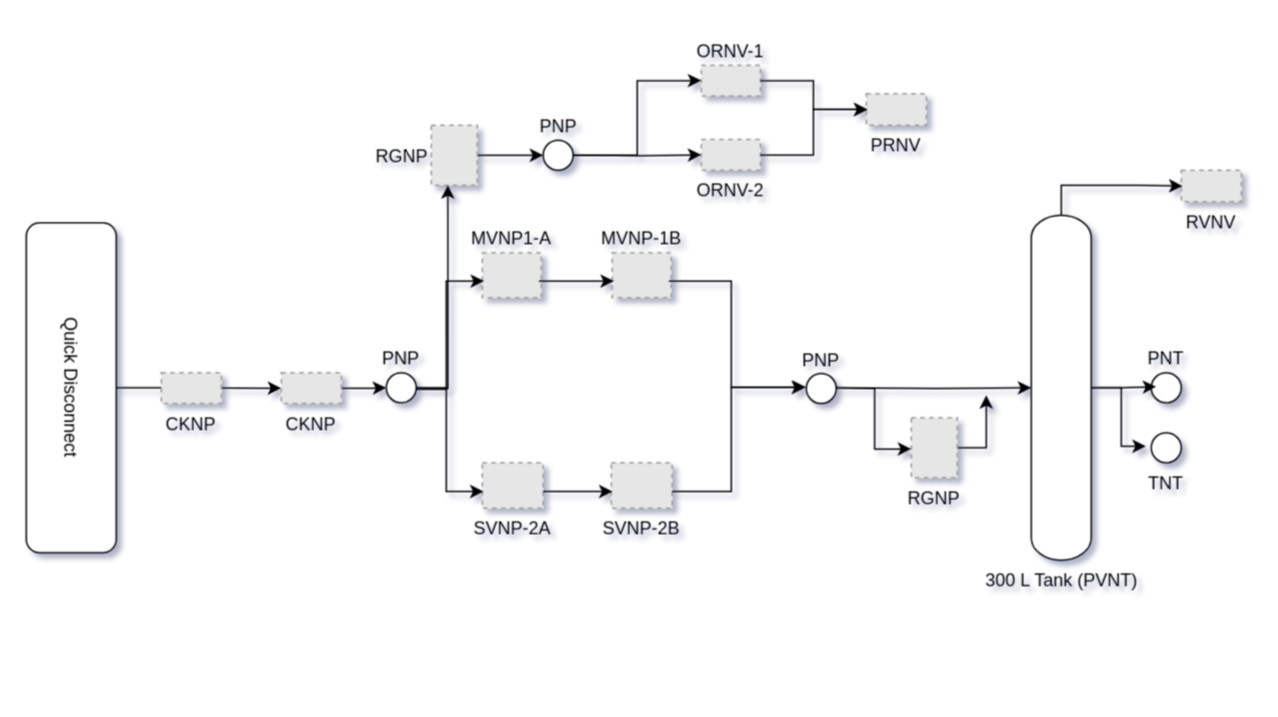
This is Untitled Diagram.drawio from AlexisGGracia/Project.m, a draw.io file, before an edit. Source tidied: cells renumbered, new cells numbered last; positions are measured from the earlier drawing's top-left corner, leaving out a move shared by most shapes. Both pictures are drawn from the tidied source at 150%, with x=0, y=0 at pixel (-94, 64). Pictures stored in the file or linked from it are replaced by grey dashed boxes.
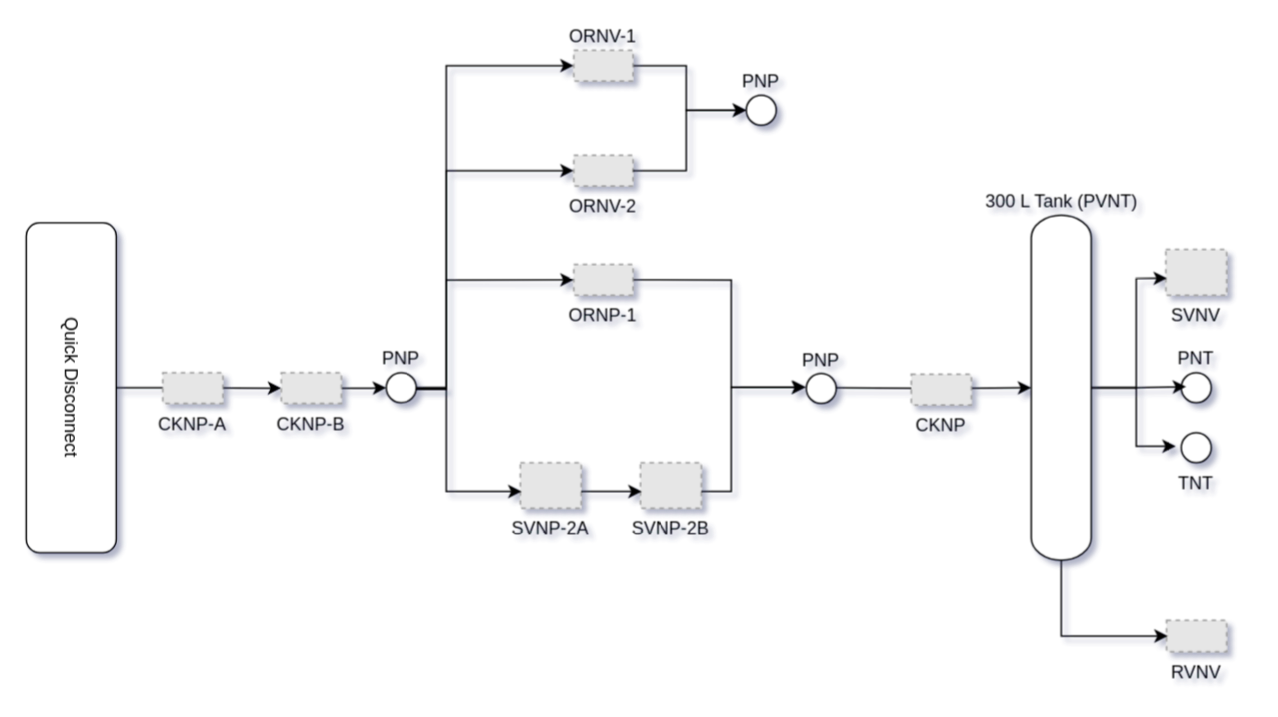
The same diagram, later.

Unchanged cells that the change refers to:
```xml
<mxCell id="26" value="PNP" style="ellipse;whiteSpace=wrap;html=1;points=[[0.5,1,0,0,0]];labelPosition=center;verticalLabelPosition=top;align=center;verticalAlign=bottom;" parent="1" vertex="1">
  <mxGeometry x="320" y="205" width="20" height="20" as="geometry" />
</mxCell>
```

Diff of the diagram source:
```diff
@@
-    <mxCell id="4" value="CKNP" style="fillColor=#E6E6E6;strokeColor=#999999;dashed=1;verticalLabelPosition=bottom;verticalAlign=top;" parent="1" vertex="1">
-      <mxGeometry x="170" y="205" width="40.1" height="20.5" as="geometry" />
+    <mxCell id="4" value="CKNP-A" style="fillColor=#E6E6E6;strokeColor=#999999;dashed=1;verticalLabelPosition=bottom;verticalAlign=top;" parent="1" vertex="1">
+      <mxGeometry x="171" y="205" width="40.1" height="20.5" as="geometry" />
     </mxCell>
@@
-    <mxCell id="6" value="CKNP&#10;" style="fillColor=#E6E6E6;strokeColor=#999999;dashed=1;verticalLabelPosition=bottom;verticalAlign=top;" parent="1" vertex="1">
+    <mxCell id="6" value="CKNP-B&#10;" style="fillColor=#E6E6E6;strokeColor=#999999;dashed=1;verticalLabelPosition=bottom;verticalAlign=top;" parent="1" vertex="1">
       <mxGeometry x="250" y="205" width="40.1" height="20.5" as="geometry" />
     </mxCell>
-    <mxCell id="7" value="MVNP1-A" style="fillColor=#E6E6E6;strokeColor=#999999;dashed=1;verticalLabelPosition=top;verticalAlign=bottom;labelPosition=center;align=center;" parent="1" vertex="1">
-      <mxGeometry x="384" y="125" width="39.4" height="30" as="geometry" />
-    </mxCell>
-    <mxCell id="8" value="MVNP-1B" style="fillColor=#E6E6E6;strokeColor=#999999;dashed=1;verticalLabelPosition=top;verticalAlign=bottom;labelPosition=center;align=center;" parent="1" vertex="1">
-      <mxGeometry x="470.6" y="125" width="39.4" height="30" as="geometry" />
-    </mxCell>
     <mxCell id="9" value="SVNP-2A" style="fillColor=#E6E6E6;strokeColor=#999999;dashed=1;verticalLabelPosition=bottom;verticalAlign=top;" parent="1" vertex="1">
-      <mxGeometry x="384" y="265" width="40.6" height="30.4" as="geometry" />
+      <mxGeometry x="409.4" y="265" width="40.6" height="30.4" as="geometry" />
     </mxCell>
     <mxCell id="10" value="SVNP-2B" style="fillColor=#E6E6E6;strokeColor=#999999;dashed=1;verticalLabelPosition=bottom;verticalAlign=top;" parent="1" vertex="1">
-      <mxGeometry x="470" y="265" width="40.6" height="30.4" as="geometry" />
+      <mxGeometry x="489.5" y="265" width="40.6" height="30.4" as="geometry" />
     </mxCell>
@@
-    <mxCell id="12" style="edgeStyle=orthogonalEdgeStyle;rounded=0;jettySize=auto;html=1;exitX=0.5;exitY=1;exitDx=0;exitDy=0;exitPerimeter=0;entryX=0.03;entryY=0.63;entryDx=0;entryDy=0;entryPerimeter=0;" parent="1" edge="1" target="7">
+    <mxCell id="12" style="edgeStyle=orthogonalEdgeStyle;rounded=0;jettySize=auto;html=1;exitX=0.5;exitY=1;exitDx=0;exitDy=0;exitPerimeter=0;entryX=0;entryY=0.5;entryDx=0;entryDy=0;entryPerimeter=0;" parent="1" edge="1" target="43">
       <mxGeometry relative="1" as="geometry">
         <mxPoint x="338.5" y="215" as="sourcePoint" />
         <Array as="points">
           <mxPoint x="339" y="216" />
           <mxPoint x="360" y="216" />
-          <mxPoint x="360" y="144" />
+          <mxPoint x="360" y="143" />
         </Array>
       </mxGeometry>
     </mxCell>
@@
-    <mxCell id="14" style="edgeStyle=orthogonalEdgeStyle;rounded=0;jettySize=auto;html=1;exitX=0.96;exitY=0.63;exitDx=0;exitDy=0;exitPerimeter=0;entryX=0.03;entryY=0.63;entryDx=0;entryDy=0;entryPerimeter=0;" parent="1" edge="1" source="7" target="8">
-      <mxGeometry relative="1" as="geometry">
-        <Array as="points">
-          <mxPoint x="460" y="144" />
-          <mxPoint x="460" y="144" />
-        </Array>
-      </mxGeometry>
-    </mxCell>
-    <mxCell id="15" value="300 L Tank (PVNT)" style="verticalLabelPosition=bottom;outlineConnect=0;align=center;dashed=0;html=1;verticalAlign=top;shape=mxgraph.pid2misc.column;columnType=common;points=[[0,0.5,0,0,0],[0.5,0,0,0,0],[0.5,1,0,0,0],[1,0.5,0,0,0]];" parent="1" vertex="1">
+    <mxCell id="15" value="300 L Tank (PVNT)" style="verticalLabelPosition=top;outlineConnect=0;align=center;dashed=0;html=1;verticalAlign=bottom;shape=mxgraph.pid2misc.column;columnType=common;points=[[0,0.5,0,0,0],[0.5,0,0,0,0],[0.5,1,0,0,0],[1,0.5,0,0,0]];labelPosition=center;" parent="1" vertex="1">
       <mxGeometry x="750" y="100" width="40" height="230" as="geometry" />
     </mxCell>
-    <mxCell id="16" style="edgeStyle=orthogonalEdgeStyle;rounded=0;jettySize=auto;html=1;exitX=0.96;exitY=0.63;exitDx=0;exitDy=0;exitPerimeter=0;entryX=0.522;entryY=-0.009;entryDx=0;entryDy=0;entryPerimeter=0;" parent="1" edge="1" source="8">
+    <mxCell id="16" style="edgeStyle=orthogonalEdgeStyle;rounded=0;jettySize=auto;html=1;exitX=1;exitY=0.5;exitDx=0;exitDy=0;exitPerimeter=0;entryX=0.522;entryY=-0.009;entryDx=0;entryDy=0;entryPerimeter=0;" parent="1" edge="1" source="43">
       <mxGeometry relative="1" as="geometry">
         <mxPoint x="599.9" y="214.6" as="targetPoint" />
         <Array as="points">
-          <mxPoint x="550" y="144" />
+          <mxPoint x="550" y="143" />
           <mxPoint x="550" y="215" />
         </Array>
       </mxGeometry>
     </mxCell>
-    <mxCell id="17" style="edgeStyle=orthogonalEdgeStyle;rounded=0;jettySize=auto;html=1;exitX=1;exitY=0.5;exitDx=0;exitDy=0;exitPerimeter=0;" parent="1" edge="1" source="18">
-      <mxGeometry relative="1" as="geometry">
-        <mxPoint x="720" y="220" as="targetPoint" />
-      </mxGeometry>
-    </mxCell>
-    <mxCell id="18" value="RGNP&#10;" style="fillColor=#E6E6E6;strokeColor=#999999;dashed=1;verticalLabelPosition=bottom;verticalAlign=top;" parent="1" vertex="1">
-      <mxGeometry x="670" y="235" width="30.7" height="40" as="geometry" />
-    </mxCell>
-    <mxCell id="19" style="edgeStyle=orthogonalEdgeStyle;rounded=0;jettySize=auto;html=1;exitX=1;exitY=0.5;exitDx=0;exitDy=0;exitPerimeter=0;" parent="1" edge="1" source="20" target="22">
-      <mxGeometry relative="1" as="geometry" />
-    </mxCell>
-    <mxCell id="20" value="RGNP" style="fillColor=#E6E6E6;strokeColor=#999999;dashed=1;verticalLabelPosition=middle;verticalAlign=middle;labelPosition=left;align=right;" parent="1" vertex="1">
-      <mxGeometry x="350" y="40" width="30.7" height="40" as="geometry" />
-    </mxCell>
-    <mxCell id="21" style="edgeStyle=orthogonalEdgeStyle;rounded=0;jettySize=auto;html=1;exitX=0.5;exitY=1;exitDx=0;exitDy=0;exitPerimeter=0;entryX=0.36;entryY=1;entryDx=0;entryDy=0;entryPerimeter=0;" parent="1" edge="1" target="20">
+    <mxCell id="21" style="edgeStyle=orthogonalEdgeStyle;rounded=0;jettySize=auto;html=1;exitX=0.5;exitY=1;exitDx=0;exitDy=0;exitPerimeter=0;entryX=0;entryY=0.5;entryDx=0;entryDy=0;entryPerimeter=0;" parent="1" edge="1" target="34">
       <mxGeometry relative="1" as="geometry">
         <mxPoint x="340" y="215" as="sourcePoint" />
+        <Array as="points">
+          <mxPoint x="360" y="216" />
+          <mxPoint x="360" />
+        </Array>
       </mxGeometry>
     </mxCell>
     <mxCell id="22" value="PNP" style="ellipse;whiteSpace=wrap;html=1;points=[[0.5,1,0,0,0]];rotation=0;align=center;labelPosition=center;verticalLabelPosition=top;verticalAlign=bottom;" parent="1" vertex="1">
-      <mxGeometry x="424.6" y="50" width="20" height="20" as="geometry" />
+      <mxGeometry x="560" y="20" width="20" height="20" as="geometry" />
     </mxCell>
@@
-    <mxCell id="25" style="edgeStyle=orthogonalEdgeStyle;rounded=0;jettySize=auto;html=1;exitX=0.5;exitY=1;exitDx=0;exitDy=0;exitPerimeter=0;entryX=-0.001;entryY=0.52;entryDx=0;entryDy=0;entryPerimeter=0;" parent="1" edge="1" target="18">
-      <mxGeometry relative="1" as="geometry">
-        <mxPoint x="620.1" y="215" as="sourcePoint" />
-      </mxGeometry>
-    </mxCell>
+    <mxCell id="41" style="edgeStyle=orthogonalEdgeStyle;rounded=0;jettySize=auto;html=1;entryX=0;entryY=0.5;entryDx=0;entryDy=0;entryPerimeter=0;" parent="1" edge="1" source="26" target="35">
+      <mxGeometry relative="1" as="geometry">
+        <Array as="points">
+          <mxPoint x="360" y="215" />
+          <mxPoint x="360" y="70" />
+        </Array>
+      </mxGeometry>
+    </mxCell>
@@
     <mxCell id="28" value="PNT" style="ellipse;whiteSpace=wrap;html=1;points=[[0.5,1,0,0,0]];labelPosition=center;verticalLabelPosition=top;align=center;verticalAlign=bottom;" parent="1" vertex="1">
-      <mxGeometry x="830" y="205" width="20" height="20" as="geometry" />
+      <mxGeometry x="850" y="205" width="20" height="20" as="geometry" />
     </mxCell>
@@
     <mxCell id="30" value="TNT" style="ellipse;whiteSpace=wrap;html=1;points=[[0.5,1,0,0,0]];labelPosition=center;verticalLabelPosition=bottom;align=center;verticalAlign=top;" parent="1" vertex="1">
-      <mxGeometry x="830" y="245" width="20" height="20" as="geometry" />
+      <mxGeometry x="850" y="245" width="20" height="20" as="geometry" />
     </mxCell>
@@
     <mxCell id="32" value="RVNV" style="fillColor=#E6E6E6;strokeColor=#999999;dashed=1;verticalLabelPosition=bottom;verticalAlign=top;" parent="1" vertex="1">
-      <mxGeometry x="850" y="70" width="40.1" height="21" as="geometry" />
+      <mxGeometry x="840.2" y="370" width="40.1" height="21" as="geometry" />
     </mxCell>
-    <mxCell id="33" style="edgeStyle=orthogonalEdgeStyle;rounded=0;jettySize=auto;html=1;exitX=0.5;exitY=0;exitDx=0;exitDy=0;exitPerimeter=0;entryX=0.02;entryY=0.5;entryDx=0;entryDy=0;entryPerimeter=0;" parent="1" edge="1" source="15" target="32">
-      <mxGeometry relative="1" as="geometry" />
-    </mxCell>
+    <mxCell id="42" style="edgeStyle=orthogonalEdgeStyle;rounded=0;jettySize=auto;html=1;exitX=1;exitY=0.5;exitDx=0;exitDy=0;exitPerimeter=0;" parent="1" edge="1" source="34">
+      <mxGeometry relative="1" as="geometry">
+        <mxPoint x="560" y="30" as="targetPoint" />
+        <Array as="points">
+          <mxPoint x="520" />
+          <mxPoint x="520" y="30" />
+        </Array>
+      </mxGeometry>
+    </mxCell>
     <mxCell id="34" value="ORNV-1" style="fillColor=#E6E6E6;strokeColor=#999999;dashed=1;verticalLabelPosition=top;verticalAlign=bottom;labelPosition=center;align=center;" parent="1" vertex="1">
-      <mxGeometry x="530" width="39.5" height="20.5" as="geometry" />
+      <mxGeometry x="445" y="-10" width="39.5" height="20.5" as="geometry" />
     </mxCell>
     <mxCell id="35" value="ORNV-2" style="fillColor=#E6E6E6;strokeColor=#999999;dashed=1;verticalLabelPosition=bottom;verticalAlign=top;" parent="1" vertex="1">
-      <mxGeometry x="530" y="49.5" width="39.5" height="20.5" as="geometry" />
+      <mxGeometry x="445" y="60" width="39.5" height="20.5" as="geometry" />
     </mxCell>
-    <mxCell id="36" style="edgeStyle=orthogonalEdgeStyle;rounded=0;jettySize=auto;html=1;exitX=1;exitY=0.5;exitDx=0;exitDy=0;exitPerimeter=0;entryX=0;entryY=0.5;entryDx=0;entryDy=0;entryPerimeter=0;" parent="1" edge="1" target="35">
-      <mxGeometry relative="1" as="geometry">
-        <mxPoint x="444.6" y="59.8" as="sourcePoint" />
-      </mxGeometry>
-    </mxCell>
-    <mxCell id="37" style="edgeStyle=orthogonalEdgeStyle;rounded=0;jettySize=auto;html=1;entryX=0;entryY=0.5;entryDx=0;entryDy=0;entryPerimeter=0;" parent="1" edge="1" source="22" target="34">
-      <mxGeometry relative="1" as="geometry" />
-    </mxCell>
-    <mxCell id="38" value="PRNV" style="fillColor=#E6E6E6;strokeColor=#999999;dashed=1;verticalLabelPosition=bottom;verticalAlign=top;" parent="1" vertex="1">
-      <mxGeometry x="640" y="19" width="40.1" height="21" as="geometry" />
-    </mxCell>
-    <mxCell id="39" style="edgeStyle=orthogonalEdgeStyle;rounded=0;jettySize=auto;html=1;exitX=1;exitY=0.5;exitDx=0;exitDy=0;exitPerimeter=0;entryX=0.02;entryY=0.5;entryDx=0;entryDy=0;entryPerimeter=0;" parent="1" edge="1" source="34" target="38">
-      <mxGeometry relative="1" as="geometry" />
-    </mxCell>
-    <mxCell id="40" style="edgeStyle=orthogonalEdgeStyle;rounded=0;jettySize=auto;html=1;exitX=1;exitY=0.5;exitDx=0;exitDy=0;exitPerimeter=0;entryX=0.02;entryY=0.5;entryDx=0;entryDy=0;entryPerimeter=0;" parent="1" edge="1" source="35" target="38">
-      <mxGeometry relative="1" as="geometry" />
-    </mxCell>
+    <mxCell id="43" value="ORNP-1" style="fillColor=#E6E6E6;strokeColor=#999999;dashed=1;verticalLabelPosition=bottom;verticalAlign=top;" parent="1" vertex="1">
+      <mxGeometry x="445" y="132.8" width="39.5" height="20.5" as="geometry" />
+    </mxCell>
+    <mxCell id="44" style="edgeStyle=orthogonalEdgeStyle;rounded=0;jettySize=auto;html=1;exitX=1;exitY=0.5;exitDx=0;exitDy=0;exitPerimeter=0;entryX=0;entryY=0.5;entryDx=0;entryDy=0;entryPerimeter=0;" parent="1" edge="1" source="35" target="22">
+      <mxGeometry relative="1" as="geometry">
+        <Array as="points">
+          <mxPoint x="520" y="70" />
+          <mxPoint x="520" y="30" />
+        </Array>
+      </mxGeometry>
+    </mxCell>
+    <mxCell id="45" value="SVNV" style="fillColor=#E6E6E6;strokeColor=#999999;dashed=1;verticalLabelPosition=bottom;verticalAlign=top;" parent="1" vertex="1">
+      <mxGeometry x="839.7" y="122.9" width="40.6" height="30.4" as="geometry" />
+    </mxCell>
+    <mxCell id="46" style="edgeStyle=orthogonalEdgeStyle;rounded=0;jettySize=auto;html=1;exitX=1;exitY=0.5;exitDx=0;exitDy=0;exitPerimeter=0;entryX=0.02;entryY=0.63;entryDx=0;entryDy=0;entryPerimeter=0;" parent="1" edge="1" source="15" target="45">
+      <mxGeometry relative="1" as="geometry">
+        <Array as="points">
+          <mxPoint x="820" y="215" />
+          <mxPoint x="820" y="142" />
+        </Array>
+      </mxGeometry>
+    </mxCell>
+    <mxCell id="47" value="CKNP" style="fillColor=#E6E6E6;strokeColor=#999999;dashed=1;verticalLabelPosition=bottom;verticalAlign=top;" parent="1" vertex="1">
+      <mxGeometry x="670" y="206" width="40.1" height="20.5" as="geometry" />
+    </mxCell>
+    <mxCell id="33" style="edgeStyle=orthogonalEdgeStyle;rounded=0;jettySize=auto;html=1;exitX=0.5;exitY=1;exitDx=0;exitDy=0;exitPerimeter=0;entryX=0.02;entryY=0.5;entryDx=0;entryDy=0;entryPerimeter=0;" parent="1" edge="1" source="15" target="32">
+      <mxGeometry relative="1" as="geometry" />
+    </mxCell>
```
